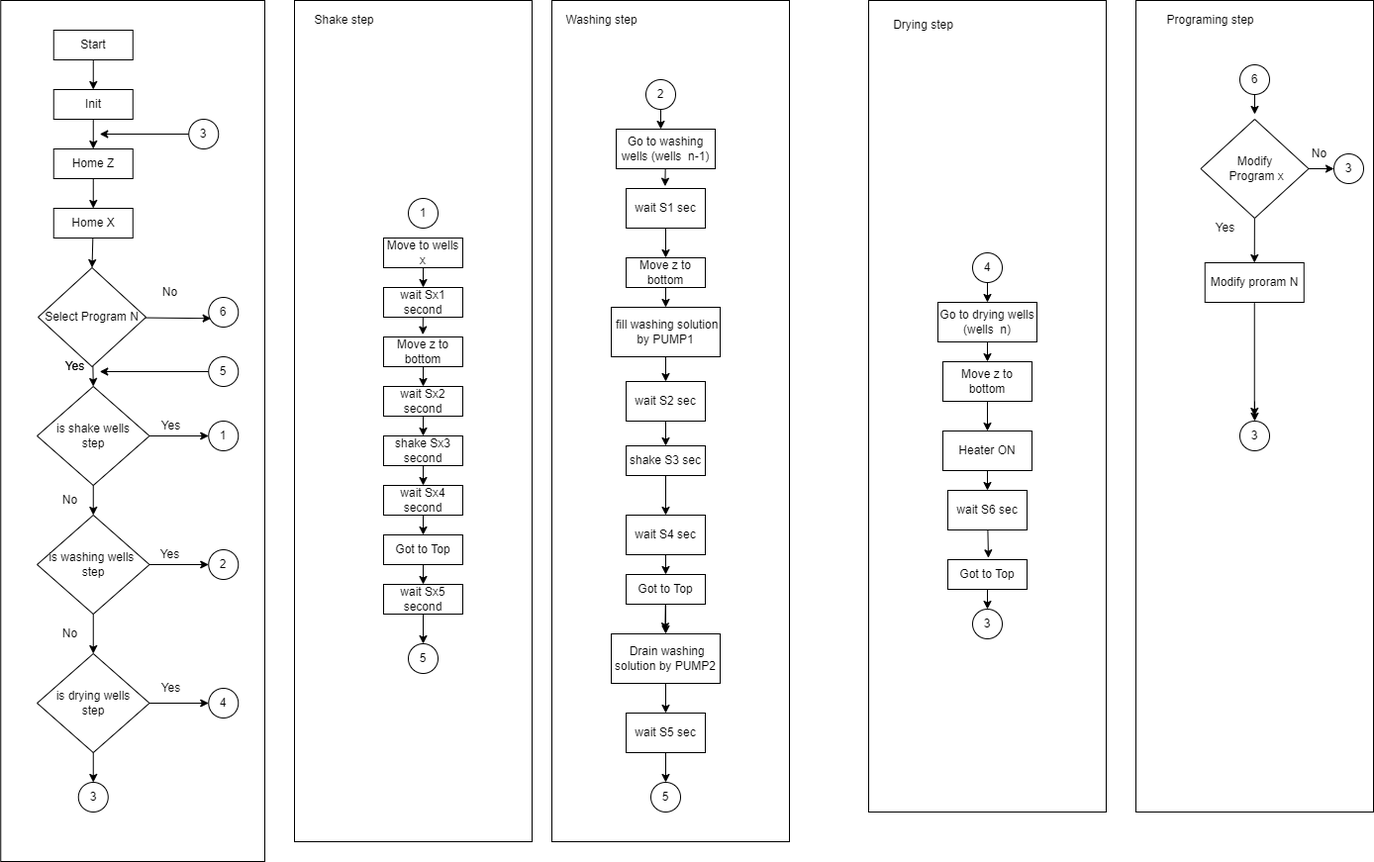
The draw.io diagram Flow.png in Pekarate/00.Well_washing, before a commit. Source tidied: cells renumbered, new cells last; positions are measured from the earlier drawing's top-left corner, leaving out a move shared by most shapes.
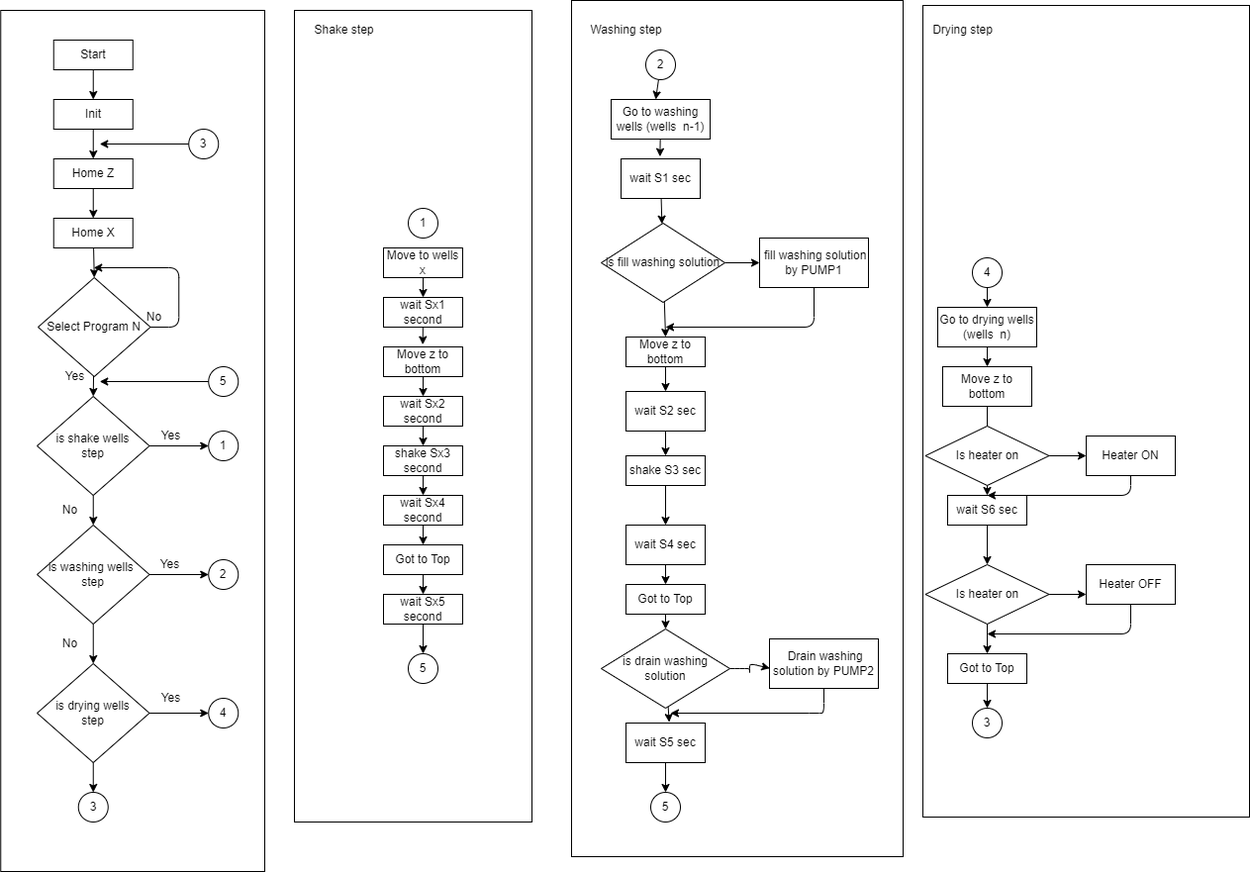
Later version of the same file.

What changed in the source:
```diff
@@ -3,16 +3,16 @@
     <mxCell id="0" />
     <mxCell id="1" parent="0" />
     <mxCell id="2" style="rounded=0;whiteSpace=wrap;html=1;" parent="1" vertex="1">
-      <mxGeometry x="877" width="240" height="820" as="geometry" />
+      <mxGeometry x="932" y="-5" width="330" height="820" as="geometry" />
     </mxCell>
     <mxCell id="3" style="rounded=0;whiteSpace=wrap;html=1;" parent="1" vertex="1">
       <mxGeometry x="0.2" width="266.8" height="870" as="geometry" />
     </mxCell>
     <mxCell id="4" style="rounded=0;whiteSpace=wrap;html=1;" parent="1" vertex="1">
-      <mxGeometry x="297" width="240" height="850" as="geometry" />
+      <mxGeometry x="297" width="240" height="820" as="geometry" />
     </mxCell>
     <mxCell id="5" style="rounded=0;whiteSpace=wrap;html=1;" parent="1" vertex="1">
-      <mxGeometry x="557" width="240" height="850" as="geometry" />
+      <mxGeometry x="577" y="-10" width="335" height="865" as="geometry" />
     </mxCell>
     <mxCell id="6" style="edgeStyle=none;html=1;entryX=0.5;entryY=0;entryDx=0;entryDy=0;" parent="1" edge="1" source="7" target="9">
       <mxGeometry relative="1" as="geometry" />
@@ -43,23 +43,29 @@
         <mxPoint x="93.8" y="390" as="targetPoint" />
       </mxGeometry>
     </mxCell>
-    <mxCell id="15" style="edgeStyle=none;html=1;entryX=0.081;entryY=0.708;entryDx=0;entryDy=0;entryPerimeter=0;" parent="1" edge="1" source="16" target="99">
-      <mxGeometry relative="1" as="geometry" />
-    </mxCell>
+    <mxCell id="115" style="edgeStyle=none;html=1;" parent="1" edge="1" source="16">
+      <mxGeometry relative="1" as="geometry">
+        <mxPoint x="94.2" y="260" as="targetPoint" />
+        <Array as="points">
+          <mxPoint x="180.2" y="320" />
+          <mxPoint x="180.2" y="260" />
+        </Array>
+      </mxGeometry>
+    </mxCell>
     <mxCell id="16" value="Select Program N" style="rhombus;whiteSpace=wrap;html=1;" parent="1" vertex="1">
-      <mxGeometry x="38" y="270" width="109" height="100" as="geometry" />
+      <mxGeometry x="38" y="270" width="113.5" height="100" as="geometry" />
     </mxCell>
     <mxCell id="17" style="edgeStyle=none;html=1;entryX=0.492;entryY=-0.058;entryDx=0;entryDy=0;entryPerimeter=0;" parent="1" edge="1" source="18" target="20">
       <mxGeometry relative="1" as="geometry" />
     </mxCell>
     <mxCell id="18" value="Go to washing wells (wells&amp;nbsp; n-1)" style="rounded=0;whiteSpace=wrap;html=1;" parent="1" vertex="1">
-      <mxGeometry x="622" y="130" width="100" height="40" as="geometry" />
+      <mxGeometry x="617" y="90" width="100" height="40" as="geometry" />
     </mxCell>
-    <mxCell id="19" style="edgeStyle=none;html=1;entryX=0.5;entryY=0;entryDx=0;entryDy=0;" parent="1" edge="1" source="20" target="24">
-      <mxGeometry relative="1" as="geometry" />
-    </mxCell>
+    <mxCell id="116" style="edgeStyle=none;html=1;" parent="1" edge="1" source="20" target="121">
+      <mxGeometry relative="1" as="geometry" />
+    </mxCell>
     <mxCell id="20" value="wait S1 sec" style="rounded=0;whiteSpace=wrap;html=1;" parent="1" vertex="1">
-      <mxGeometry x="632" y="190" width="80" height="40" as="geometry" />
+      <mxGeometry x="627" y="150" width="80" height="40" as="geometry" />
     </mxCell>
     <mxCell id="21" style="edgeStyle=none;html=1;entryX=0.5;entryY=0;entryDx=0;entryDy=0;" parent="1" edge="1" source="22" target="26">
       <mxGeometry relative="1" as="geometry" />
@@ -67,11 +73,11 @@
     <mxCell id="22" value="shake S3 sec" style="rounded=0;whiteSpace=wrap;html=1;" parent="1" vertex="1">
       <mxGeometry x="632" y="450" width="80" height="30" as="geometry" />
     </mxCell>
-    <mxCell id="23" style="edgeStyle=none;html=1;entryX=0.5;entryY=0;entryDx=0;entryDy=0;" parent="1" edge="1" source="24" target="51">
-      <mxGeometry relative="1" as="geometry" />
-    </mxCell>
+    <mxCell id="117" style="edgeStyle=none;html=1;entryX=0.5;entryY=0;entryDx=0;entryDy=0;" parent="1" edge="1" source="24" target="28">
+      <mxGeometry relative="1" as="geometry" />
+    </mxCell>
     <mxCell id="24" value="Move z to bottom" style="rounded=0;whiteSpace=wrap;html=1;" parent="1" vertex="1">
-      <mxGeometry x="632" y="260" width="80" height="30" as="geometry" />
+      <mxGeometry x="632" y="330" width="80" height="30" as="geometry" />
     </mxCell>
     <mxCell id="25" style="edgeStyle=none;html=1;entryX=0.5;entryY=0;entryDx=0;entryDy=0;" parent="1" edge="1" source="26" target="31">
       <mxGeometry relative="1" as="geometry" />
@@ -85,12 +91,9 @@
     <mxCell id="28" value="wait S2 sec" style="rounded=0;whiteSpace=wrap;html=1;" parent="1" vertex="1">
       <mxGeometry x="632" y="385" width="80" height="40" as="geometry" />
     </mxCell>
-    <mxCell id="29" style="edgeStyle=none;html=1;entryX=0.494;entryY=-0.056;entryDx=0;entryDy=0;entryPerimeter=0;" parent="1" edge="1" source="31" target="53">
-      <mxGeometry relative="1" as="geometry" />
-    </mxCell>
-    <mxCell id="30" style="edgeStyle=none;html=1;" parent="1" edge="1" source="31" target="53">
-      <mxGeometry relative="1" as="geometry" />
-    </mxCell>
+    <mxCell id="105" style="edgeStyle=none;html=1;" parent="1" edge="1" source="31" target="122">
+      <mxGeometry relative="1" as="geometry" />
+    </mxCell>
     <mxCell id="31" value="Got to Top" style="rounded=0;whiteSpace=wrap;html=1;" parent="1" vertex="1">
       <mxGeometry x="632" y="580" width="80" height="30" as="geometry" />
     </mxCell>
@@ -104,33 +107,34 @@
       <mxGeometry relative="1" as="geometry" />
     </mxCell>
     <mxCell id="35" value="Go to drying wells (wells&amp;nbsp; n)" style="rounded=0;whiteSpace=wrap;html=1;" parent="1" vertex="1">
-      <mxGeometry x="947" y="305" width="100" height="40" as="geometry" />
+      <mxGeometry x="947" y="300" width="100" height="40" as="geometry" />
     </mxCell>
-    <mxCell id="36" style="edgeStyle=none;html=1;entryX=0.5;entryY=0;entryDx=0;entryDy=0;" parent="1" edge="1" source="37" target="39">
-      <mxGeometry relative="1" as="geometry" />
+    <mxCell id="36" style="edgeStyle=none;html=1;entryX=0.5;entryY=0;entryDx=0;entryDy=0;" parent="1" edge="1" source="37">
+      <mxGeometry relative="1" as="geometry">
+        <mxPoint x="997" y="430" as="targetPoint" />
+      </mxGeometry>
     </mxCell>
     <mxCell id="37" value="Move z to bottom" style="rounded=0;whiteSpace=wrap;html=1;" parent="1" vertex="1">
-      <mxGeometry x="952" y="365" width="90" height="40" as="geometry" />
+      <mxGeometry x="952" y="360" width="90" height="40" as="geometry" />
     </mxCell>
-    <mxCell id="38" style="edgeStyle=none;html=1;entryX=0.5;entryY=0;entryDx=0;entryDy=0;" parent="1" edge="1" source="39" target="41">
-      <mxGeometry relative="1" as="geometry" />
+    <mxCell id="38" style="edgeStyle=none;html=1;entryX=0.5;entryY=0;entryDx=0;entryDy=0;" parent="1" edge="1" target="41">
+      <mxGeometry relative="1" as="geometry">
+        <mxPoint x="997" y="470" as="sourcePoint" />
+      </mxGeometry>
     </mxCell>
-    <mxCell id="39" value="Heater ON" style="rounded=0;whiteSpace=wrap;html=1;" parent="1" vertex="1">
-      <mxGeometry x="952" y="435" width="90" height="40" as="geometry" />
-    </mxCell>
-    <mxCell id="40" style="edgeStyle=none;html=1;entryX=0.512;entryY=-0.059;entryDx=0;entryDy=0;entryPerimeter=0;" parent="1" edge="1" source="41" target="43">
-      <mxGeometry relative="1" as="geometry" />
-    </mxCell>
+    <mxCell id="100" style="edgeStyle=none;html=1;entryX=0.5;entryY=0;entryDx=0;entryDy=0;" parent="1" edge="1" source="41">
+      <mxGeometry relative="1" as="geometry">
+        <mxPoint x="997" y="560" as="targetPoint" />
+      </mxGeometry>
+    </mxCell>
     <mxCell id="41" value="wait S6 sec" style="rounded=0;whiteSpace=wrap;html=1;" parent="1" vertex="1">
-      <mxGeometry x="957" y="495" width="80" height="40" as="geometry" />
+      <mxGeometry x="957" y="490" width="80" height="30" as="geometry" />
     </mxCell>
-    <mxCell id="42" style="edgeStyle=none;html=1;entryX=0.5;entryY=0;entryDx=0;entryDy=0;" parent="1" edge="1" source="43">
-      <mxGeometry relative="1" as="geometry">
-        <mxPoint x="997" y="615" as="targetPoint" />
-      </mxGeometry>
-    </mxCell>
+    <mxCell id="118" style="edgeStyle=none;html=1;" parent="1" edge="1" source="43" target="90">
+      <mxGeometry relative="1" as="geometry" />
+    </mxCell>
     <mxCell id="43" value="Got to Top" style="rounded=0;whiteSpace=wrap;html=1;" parent="1" vertex="1">
-      <mxGeometry x="957" y="565" width="80" height="30" as="geometry" />
+      <mxGeometry x="957" y="650" width="80" height="30" as="geometry" />
     </mxCell>
     <mxCell id="44" style="edgeStyle=none;html=1;" parent="1" edge="1" source="45">
       <mxGeometry relative="1" as="geometry">
@@ -144,25 +148,36 @@
       <mxGeometry relative="1" as="geometry" />
     </mxCell>
     <mxCell id="47" value="2" style="ellipse;whiteSpace=wrap;html=1;" parent="1" vertex="1">
-      <mxGeometry x="652" y="80" width="30" height="30" as="geometry" />
+      <mxGeometry x="652" y="40" width="30" height="30" as="geometry" />
     </mxCell>
     <mxCell id="48" value="No" style="text;html=1;align=center;verticalAlign=middle;strokeColor=none;fillColor=none;" parent="1" vertex="1">
-      <mxGeometry x="155.5" y="285" width="30" height="20" as="geometry" />
+      <mxGeometry x="140.2" y="300" width="30" height="20" as="geometry" />
     </mxCell>
     <mxCell id="49" value="Yes" style="text;html=1;align=center;verticalAlign=middle;strokeColor=none;fillColor=none;" parent="1" vertex="1">
       <mxGeometry x="55.2" y="360" width="40" height="20" as="geometry" />
     </mxCell>
-    <mxCell id="50" style="edgeStyle=none;html=1;entryX=0.5;entryY=0;entryDx=0;entryDy=0;" parent="1" edge="1" source="51" target="28">
-      <mxGeometry relative="1" as="geometry" />
-    </mxCell>
+    <mxCell id="104" style="edgeStyle=none;html=1;" parent="1" edge="1" source="51">
+      <mxGeometry relative="1" as="geometry">
+        <mxPoint x="672" y="320" as="targetPoint" />
+        <Array as="points">
+          <mxPoint x="822" y="320" />
+        </Array>
+      </mxGeometry>
+    </mxCell>
     <mxCell id="51" value="&amp;nbsp;fill washing solution by PUMP1" style="rounded=0;whiteSpace=wrap;html=1;" parent="1" vertex="1">
-      <mxGeometry x="617" y="310" width="110" height="50" as="geometry" />
+      <mxGeometry x="767" y="230" width="110" height="50" as="geometry" />
     </mxCell>
-    <mxCell id="52" style="edgeStyle=none;html=1;entryX=0.5;entryY=0;entryDx=0;entryDy=0;" parent="1" edge="1" source="53" target="33">
-      <mxGeometry relative="1" as="geometry" />
-    </mxCell>
+    <mxCell id="109" style="edgeStyle=none;html=1;" parent="1" edge="1" source="53">
+      <mxGeometry relative="1" as="geometry">
+        <mxPoint x="677" y="710" as="targetPoint" />
+        <Array as="points">
+          <mxPoint x="832" y="710" />
+          <mxPoint x="827" y="710" />
+        </Array>
+      </mxGeometry>
+    </mxCell>
     <mxCell id="53" value="&amp;nbsp;Drain washing solution by PUMP2" style="rounded=0;whiteSpace=wrap;html=1;" parent="1" vertex="1">
-      <mxGeometry x="617" y="640" width="110" height="50" as="geometry" />
+      <mxGeometry x="777" y="635" width="110" height="50" as="geometry" />
     </mxCell>
     <mxCell id="54" style="edgeStyle=none;html=1;entryX=0.5;entryY=0;entryDx=0;entryDy=0;" parent="1" edge="1" source="55" target="57">
       <mxGeometry relative="1" as="geometry" />
@@ -252,7 +267,7 @@
       <mxGeometry relative="1" as="geometry" />
     </mxCell>
     <mxCell id="83" value="4" style="ellipse;whiteSpace=wrap;html=1;" parent="1" vertex="1">
-      <mxGeometry x="982" y="255" width="30" height="30" as="geometry" />
+      <mxGeometry x="982" y="250" width="30" height="30" as="geometry" />
     </mxCell>
     <mxCell id="84" value="No" style="text;html=1;align=center;verticalAlign=middle;strokeColor=none;fillColor=none;" parent="1" vertex="1">
       <mxGeometry x="55.2" y="495" width="30" height="20" as="geometry" />
@@ -273,7 +288,7 @@
       <mxGeometry x="78.8" y="790" width="30" height="30" as="geometry" />
     </mxCell>
     <mxCell id="90" value="3" style="ellipse;whiteSpace=wrap;html=1;" parent="1" vertex="1">
-      <mxGeometry x="982" y="615" width="30" height="30" as="geometry" />
+      <mxGeometry x="982" y="705" width="30" height="30" as="geometry" />
     </mxCell>
     <mxCell id="91" value="Yes" style="text;html=1;align=center;verticalAlign=middle;strokeColor=none;fillColor=none;" parent="1" vertex="1">
       <mxGeometry x="151.5" y="420" width="40" height="20" as="geometry" />
@@ -296,65 +311,73 @@
       <mxGeometry x="307" y="10" width="80" height="20" as="geometry" />
     </mxCell>
     <mxCell id="97" value="Washing step" style="text;html=1;align=center;verticalAlign=middle;strokeColor=none;fillColor=none;" parent="1" vertex="1">
-      <mxGeometry x="562" y="10" width="90" height="20" as="geometry" />
+      <mxGeometry x="587" y="10" width="90" height="20" as="geometry" />
     </mxCell>
     <mxCell id="98" value="Drying step" style="text;html=1;align=center;verticalAlign=middle;strokeColor=none;fillColor=none;" parent="1" vertex="1">
-      <mxGeometry x="892" y="15" width="80" height="20" as="geometry" />
+      <mxGeometry x="932" y="10" width="80" height="20" as="geometry" />
     </mxCell>
-    <mxCell id="99" value="6" style="ellipse;whiteSpace=wrap;html=1;" parent="1" vertex="1">
-      <mxGeometry x="210.2" y="300" width="30" height="30" as="geometry" />
-    </mxCell>
-    <mxCell id="100" style="rounded=0;whiteSpace=wrap;html=1;" parent="1" vertex="1">
-      <mxGeometry x="1147" width="240" height="820" as="geometry" />
-    </mxCell>
+    <mxCell id="119" style="edgeStyle=none;html=1;entryX=0.5;entryY=0;entryDx=0;entryDy=0;" parent="1" edge="1" target="43">
+      <mxGeometry relative="1" as="geometry">
+        <mxPoint x="997" y="600" as="sourcePoint" />
+      </mxGeometry>
+    </mxCell>
+    <mxCell id="120" style="edgeStyle=none;html=1;entryX=0.5;entryY=0;entryDx=0;entryDy=0;" parent="1" edge="1" source="121" target="24">
+      <mxGeometry relative="1" as="geometry" />
+    </mxCell>
-    <mxCell id="101" style="edgeStyle=none;html=1;entryX=0.5;entryY=0;entryDx=0;entryDy=0;" parent="1" edge="1">
-      <mxGeometry relative="1" as="geometry">
-        <mxPoint x="1267" y="405" as="sourcePoint" />
-        <mxPoint x="1267" y="425" as="targetPoint" />
-      </mxGeometry>
+    <mxCell id="101" style="edgeStyle=none;html=1;entryX=0;entryY=0.5;entryDx=0;entryDy=0;" parent="1" edge="1" source="121" target="51">
+      <mxGeometry relative="1" as="geometry" />
     </mxCell>
-    <mxCell id="102" style="edgeStyle=none;html=1;entryX=0.5;entryY=0;entryDx=0;entryDy=0;" parent="1" edge="1" source="103">
-      <mxGeometry relative="1" as="geometry">
-        <mxPoint x="1267" y="115" as="targetPoint" />
-      </mxGeometry>
-    </mxCell>
-    <mxCell id="103" value="6" style="ellipse;whiteSpace=wrap;html=1;" parent="1" vertex="1">
-      <mxGeometry x="1252" y="65" width="30" height="30" as="geometry" />
-    </mxCell>
-    <mxCell id="104" value="3" style="ellipse;whiteSpace=wrap;html=1;" parent="1" vertex="1">
-      <mxGeometry x="1252" y="425" width="30" height="30" as="geometry" />
-    </mxCell>
-    <mxCell id="105" value="Programing step" style="text;html=1;align=center;verticalAlign=middle;strokeColor=none;fillColor=none;" parent="1" vertex="1">
-      <mxGeometry x="1172" y="10" width="100" height="20" as="geometry" />
-    </mxCell>
+    <mxCell id="121" value="is fill washing solution" style="rhombus;whiteSpace=wrap;html=1;" parent="1" vertex="1">
+      <mxGeometry x="607" y="215" width="125" height="80" as="geometry" />
+    </mxCell>
+    <mxCell id="108" style="edgeStyle=none;html=1;entryX=0.003;entryY=0.593;entryDx=0;entryDy=0;entryPerimeter=0;" parent="1" edge="1" source="122" target="53">
+      <mxGeometry relative="1" as="geometry">
+        <Array as="points">
+          <mxPoint x="747" y="665" />
+          <mxPoint x="757" y="665" />
+          <mxPoint x="757" y="670" />
+          <mxPoint x="757" y="660" />
+        </Array>
+      </mxGeometry>
+    </mxCell>
-    <mxCell id="106" style="edgeStyle=none;html=1;entryX=0;entryY=0.5;entryDx=0;entryDy=0;" parent="1" edge="1" source="108" target="109">
+    <mxCell id="106" style="edgeStyle=none;html=1;entryX=0.546;entryY=-0.023;entryDx=0;entryDy=0;entryPerimeter=0;" parent="1" edge="1" source="122" target="33">
       <mxGeometry relative="1" as="geometry" />
     </mxCell>
+    <mxCell id="122" value="is drain washing solution" style="rhombus;whiteSpace=wrap;html=1;" parent="1" vertex="1">
+      <mxGeometry x="607" y="625" width="130" height="80" as="geometry" />
+    </mxCell>
-    <mxCell id="107" style="edgeStyle=none;html=1;entryX=0.5;entryY=0;entryDx=0;entryDy=0;" parent="1" edge="1" source="108" target="114">
-      <mxGeometry relative="1" as="geometry" />
+    <mxCell id="107" style="edgeStyle=none;html=1;entryX=0.5;entryY=0;entryDx=0;entryDy=0;" parent="1" edge="1" source="110" target="41">
+      <mxGeometry relative="1" as="geometry">
+        <Array as="points">
+          <mxPoint x="1142" y="490" />
+        </Array>
+      </mxGeometry>
     </mxCell>
-    <mxCell id="108" value="Modify&lt;br&gt;&amp;nbsp;Program x" style="rhombus;whiteSpace=wrap;html=1;" parent="1" vertex="1">
-      <mxGeometry x="1212.5" y="120" width="109" height="100" as="geometry" />
-    </mxCell>
-    <mxCell id="109" value="3" style="ellipse;whiteSpace=wrap;html=1;" parent="1" vertex="1">
-      <mxGeometry x="1347" y="155" width="30" height="30" as="geometry" />
-    </mxCell>
-    <mxCell id="110" value="Yes" style="text;html=1;align=center;verticalAlign=middle;points=[];strokeColor=none;fillColor=none;" parent="1" vertex="1">
-      <mxGeometry x="55.2" y="360" width="40" height="20" as="geometry" />
+    <mxCell id="110" value="Heater ON" style="rounded=0;whiteSpace=wrap;html=1;" parent="1" vertex="1">
+      <mxGeometry x="1097" y="430" width="90" height="40" as="geometry" />
     </mxCell>
+    <mxCell id="123" style="edgeStyle=none;html=1;" parent="1" edge="1" source="111">
+      <mxGeometry relative="1" as="geometry">
+        <mxPoint x="997" y="630" as="targetPoint" />
+        <Array as="points">
+          <mxPoint x="1142" y="630" />
+        </Array>
+      </mxGeometry>
+    </mxCell>
-    <mxCell id="111" value="No" style="text;html=1;align=center;verticalAlign=middle;points=[];strokeColor=none;fillColor=none;" parent="1" vertex="1">
-      <mxGeometry x="1317" y="145" width="30" height="20" as="geometry" />
+    <mxCell id="111" value="Heater OFF" style="rounded=0;whiteSpace=wrap;html=1;" parent="1" vertex="1">
+      <mxGeometry x="1097" y="560" width="90" height="40" as="geometry" />
     </mxCell>
+    <mxCell id="114" style="edgeStyle=none;html=1;entryX=0;entryY=0.5;entryDx=0;entryDy=0;" parent="1" edge="1" source="112" target="110">
+      <mxGeometry relative="1" as="geometry" />
+    </mxCell>
-    <mxCell id="112" value="Yes" style="text;html=1;align=center;verticalAlign=middle;points=[];strokeColor=none;fillColor=none;" parent="1" vertex="1">
-      <mxGeometry x="1216.8" y="220" width="40" height="20" as="geometry" />
+    <mxCell id="112" value="Is heater on" style="rhombus;whiteSpace=wrap;html=1;" parent="1" vertex="1">
+      <mxGeometry x="934.5" y="420" width="125" height="60" as="geometry" />
     </mxCell>
-    <mxCell id="113" style="edgeStyle=none;html=1;" parent="1" edge="1" source="114">
-      <mxGeometry relative="1" as="geometry">
-        <mxPoint x="1266.8" y="420" as="targetPoint" />
-      </mxGeometry>
-    </mxCell>
-    <mxCell id="114" value="Modify proram N" style="rounded=0;whiteSpace=wrap;html=1;" parent="1" vertex="1">
-      <mxGeometry x="1216.8" y="265" width="100" height="40" as="geometry" />
-    </mxCell>
+    <mxCell id="124" style="edgeStyle=none;html=1;entryX=0;entryY=0.75;entryDx=0;entryDy=0;" parent="1" edge="1" source="125" target="111">
+      <mxGeometry relative="1" as="geometry" />
+    </mxCell>
+    <mxCell id="125" value="Is heater on" style="rhombus;whiteSpace=wrap;html=1;" parent="1" vertex="1">
+      <mxGeometry x="934.5" y="560" width="125" height="60" as="geometry" />
+    </mxCell>
   </root>
 </mxGraphModel>
```
